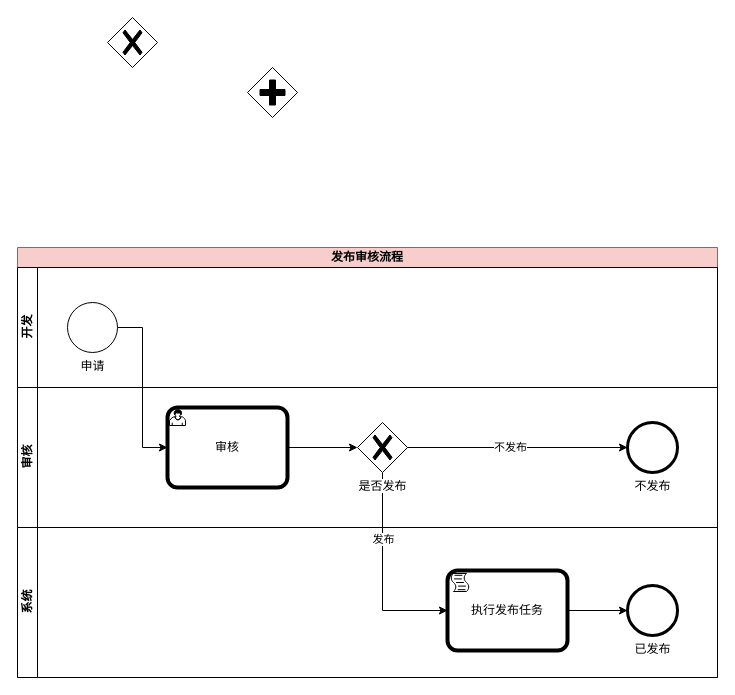
This is bpmn.drawio from hezhongfeng/DRAWIO, a draw.io file, before an edit. Source tidied: cells renumbered, new cells numbered last; positions are measured from the earlier drawing's top-left corner, leaving out a move shared by most shapes. Both pictures are drawn from the tidied source at 100%, with x=0, y=0 at pixel (17, 17).
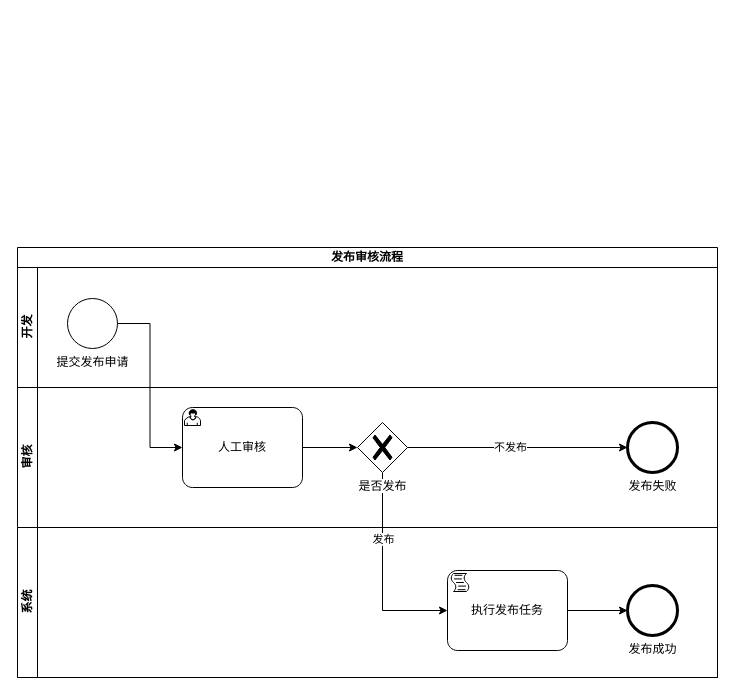
After the change.

The change refers to these unchanged cells:
```xml
<mxCell id="5" value="开发" style="swimlane;html=1;startSize=20;horizontal=0;" parent="4" vertex="1">
  <mxGeometry y="20" width="700" height="120" as="geometry" />
</mxCell>
<mxCell id="10" value="审核" style="swimlane;html=1;startSize=20;horizontal=0;" parent="4" vertex="1">
  <mxGeometry y="140" width="700" height="140" as="geometry" />
</mxCell>
<mxCell id="14" value="是否发布" style="points=[[0.25,0.25,0],[0.5,0,0],[0.75,0.25,0],[1,0.5,0],[0.75,0.75,0],[0.5,1,0],[0.25,0.75,0],[0,0.5,0]];shape=mxgraph.bpmn.gateway2;html=1;verticalLabelPosition=bottom;labelBackgroundColor=#ffffff;verticalAlign=top;align=center;perimeter=rhombusPerimeter;outlineConnect=0;outline=none;symbol=none;gwType=exclusive;" parent="10" vertex="1">
  <mxGeometry x="340" y="35" width="50" height="50" as="geometry" />
</mxCell>
<mxCell id="17" value="系统" style="swimlane;html=1;startSize=20;horizontal=0;" parent="4" vertex="1">
  <mxGeometry y="280" width="700" height="150" as="geometry" />
</mxCell>
```

Change to the diagram source:
```diff
@@
-    <mxCell id="2" style="shape=mxgraph.bpmn.gateway2;html=1;verticalLabelPosition=bottom;labelBackgroundColor=#ffffff;verticalAlign=top;align=center;perimeter=rhombusPerimeter;outline=none;symbol=none;gwType=exclusive;" parent="1" vertex="1">
-      <mxGeometry x="90" width="50" height="50" as="geometry" />
-    </mxCell>
-    <mxCell id="3" style="shape=mxgraph.bpmn.gateway2;html=1;verticalLabelPosition=bottom;labelBackgroundColor=#ffffff;verticalAlign=top;align=center;perimeter=rhombusPerimeter;outline=none;symbol=none;gwType=parallel;" parent="1" vertex="1">
-      <mxGeometry x="230" y="50" width="50" height="50" as="geometry" />
-    </mxCell>
-    <mxCell id="4" value="发布审核流程" style="swimlane;html=1;horizontal=1;startSize=20;whiteSpace=wrap;fillStyle=auto;fillColor=#f8cecc;strokeColor=#b85450;" parent="1" vertex="1">
+    <mxCell id="4" value="发布审核流程" style="swimlane;html=1;horizontal=1;startSize=20;whiteSpace=wrap;fillStyle=auto;fillColor=#FFFFFF;" parent="1" vertex="1">
       <mxGeometry y="230" width="700" height="430" as="geometry" />
     </mxCell>
@@
-    <mxCell id="6" value="申请" style="points=[[0.145,0.145,0],[0.5,0,0],[0.855,0.145,0],[1,0.5,0],[0.855,0.855,0],[0.5,1,0],[0.145,0.855,0],[0,0.5,0]];shape=mxgraph.bpmn.event;html=1;verticalLabelPosition=bottom;labelBackgroundColor=#ffffff;verticalAlign=top;align=center;perimeter=ellipsePerimeter;outlineConnect=0;outline=standard;symbol=general;" parent="5" vertex="1">
-      <mxGeometry x="50" y="35" width="50" height="50" as="geometry" />
+    <mxCell id="6" value="提交发布申请" style="points=[[0.145,0.145,0],[0.5,0,0],[0.855,0.145,0],[1,0.5,0],[0.855,0.855,0],[0.5,1,0],[0.145,0.855,0],[0,0.5,0]];shape=mxgraph.bpmn.event;html=1;verticalLabelPosition=bottom;labelBackgroundColor=#ffffff;verticalAlign=top;align=center;perimeter=ellipsePerimeter;outlineConnect=0;outline=standard;symbol=general;" parent="5" vertex="1">
+      <mxGeometry x="50" y="31" width="50" height="50" as="geometry" />
     </mxCell>
-    <mxCell id="7" style="edgeStyle=orthogonalEdgeStyle;rounded=0;jettySize=auto;html=1;exitX=1;exitY=0.5;exitDx=0;exitDy=0;exitPerimeter=0;entryX=0;entryY=0.5;entryDx=0;entryDy=0;entryPerimeter=0;" parent="4" edge="1" source="6" target="11">
+    <mxCell id="7" style="edgeStyle=orthogonalEdgeStyle;rounded=0;jettySize=auto;html=1;exitX=1;exitY=0.5;exitDx=0;exitDy=0;exitPerimeter=0;entryX=0;entryY=0.5;entryDx=0;entryDy=0;entryPerimeter=0;" parent="4" edge="1" source="6" target="21">
       <mxGeometry relative="1" as="geometry" />
     </mxCell>
@@
-    <mxCell id="11" value="审核" style="points=[[0.25,0,0],[0.5,0,0],[0.75,0,0],[1,0.25,0],[1,0.5,0],[1,0.75,0],[0.75,1,0],[0.5,1,0],[0.25,1,0],[0,0.75,0],[0,0.5,0],[0,0.25,0]];shape=mxgraph.bpmn.task;whiteSpace=wrap;rectStyle=rounded;size=10;html=1;bpmnShapeType=call;taskMarker=user;" parent="10" vertex="1">
-      <mxGeometry x="150" y="20" width="120" height="80" as="geometry" />
-    </mxCell>
@@
-    <mxCell id="15" style="edgeStyle=orthogonalEdgeStyle;rounded=0;jettySize=auto;html=1;exitX=1;exitY=0.5;exitDx=0;exitDy=0;exitPerimeter=0;entryX=0;entryY=0.5;entryDx=0;entryDy=0;entryPerimeter=0;" parent="10" edge="1" source="11" target="14">
+    <mxCell id="15" style="edgeStyle=orthogonalEdgeStyle;rounded=0;jettySize=auto;html=1;exitX=1;exitY=0.5;exitDx=0;exitDy=0;exitPerimeter=0;entryX=0;entryY=0.5;entryDx=0;entryDy=0;entryPerimeter=0;" parent="10" edge="1" source="21" target="14">
       <mxGeometry relative="1" as="geometry" />
     </mxCell>
-    <mxCell id="16" value="不发布" style="points=[[0.145,0.145,0],[0.5,0,0],[0.855,0.145,0],[1,0.5,0],[0.855,0.855,0],[0.5,1,0],[0.145,0.855,0],[0,0.5,0]];shape=mxgraph.bpmn.event;html=1;verticalLabelPosition=bottom;labelBackgroundColor=#ffffff;verticalAlign=top;align=center;perimeter=ellipsePerimeter;outlineConnect=0;outline=end;symbol=terminate2;" parent="10" vertex="1">
+    <mxCell id="16" value="发布失败" style="points=[[0.145,0.145,0],[0.5,0,0],[0.855,0.145,0],[1,0.5,0],[0.855,0.855,0],[0.5,1,0],[0.145,0.855,0],[0,0.5,0]];shape=mxgraph.bpmn.event;html=1;verticalLabelPosition=bottom;labelBackgroundColor=#ffffff;verticalAlign=top;align=center;perimeter=ellipsePerimeter;outlineConnect=0;outline=end;symbol=terminate2;" parent="10" vertex="1">
       <mxGeometry x="610" y="35" width="50" height="50" as="geometry" />
     </mxCell>
+    <mxCell id="21" value="人工审核" style="points=[[0.25,0,0],[0.5,0,0],[0.75,0,0],[1,0.25,0],[1,0.5,0],[1,0.75,0],[0.75,1,0],[0.5,1,0],[0.25,1,0],[0,0.75,0],[0,0.5,0],[0,0.25,0]];shape=mxgraph.bpmn.task;whiteSpace=wrap;rectStyle=rounded;size=10;html=1;taskMarker=user;" parent="10" vertex="1">
+      <mxGeometry x="165" y="20" width="120" height="80" as="geometry" />
+    </mxCell>
@@
-    <mxCell id="18" value="执行发布任务" style="points=[[0.25,0,0],[0.5,0,0],[0.75,0,0],[1,0.25,0],[1,0.5,0],[1,0.75,0],[0.75,1,0],[0.5,1,0],[0.25,1,0],[0,0.75,0],[0,0.5,0],[0,0.25,0]];shape=mxgraph.bpmn.task;whiteSpace=wrap;rectStyle=rounded;size=10;html=1;bpmnShapeType=call;taskMarker=script;" parent="17" vertex="1">
+    <mxCell id="18" value="执行发布任务" style="points=[[0.25,0,0],[0.5,0,0],[0.75,0,0],[1,0.25,0],[1,0.5,0],[1,0.75,0],[0.75,1,0],[0.5,1,0],[0.25,1,0],[0,0.75,0],[0,0.5,0],[0,0.25,0]];shape=mxgraph.bpmn.task;whiteSpace=wrap;rectStyle=rounded;size=10;html=1;taskMarker=script;" parent="17" vertex="1">
       <mxGeometry x="430" y="43" width="120" height="80" as="geometry" />
     </mxCell>
-    <mxCell id="19" value="已发布" style="points=[[0.145,0.145,0],[0.5,0,0],[0.855,0.145,0],[1,0.5,0],[0.855,0.855,0],[0.5,1,0],[0.145,0.855,0],[0,0.5,0]];shape=mxgraph.bpmn.event;html=1;verticalLabelPosition=bottom;labelBackgroundColor=#ffffff;verticalAlign=top;align=center;perimeter=ellipsePerimeter;outlineConnect=0;outline=end;symbol=terminate2;" parent="17" vertex="1">
+    <mxCell id="19" value="发布成功" style="points=[[0.145,0.145,0],[0.5,0,0],[0.855,0.145,0],[1,0.5,0],[0.855,0.855,0],[0.5,1,0],[0.145,0.855,0],[0,0.5,0]];shape=mxgraph.bpmn.event;html=1;verticalLabelPosition=bottom;labelBackgroundColor=#ffffff;verticalAlign=top;align=center;perimeter=ellipsePerimeter;outlineConnect=0;outline=end;symbol=terminate2;" parent="17" vertex="1">
       <mxGeometry x="610" y="58" width="50" height="50" as="geometry" />
     </mxCell>
```
